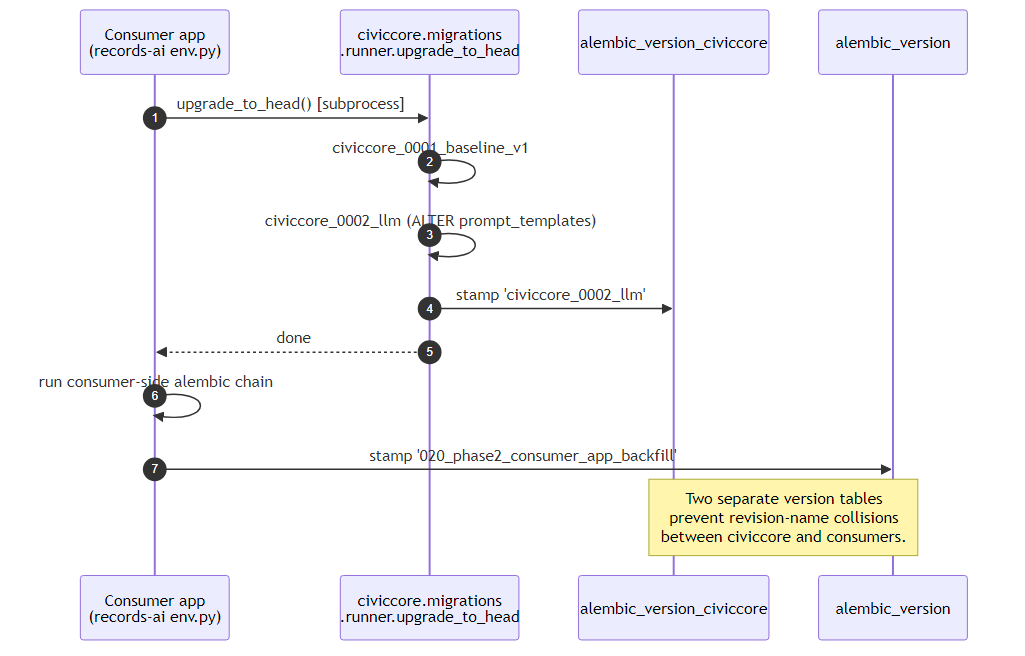
Earlier version of the Mermaid export docs/diagrams/migration-order.png (CivicSuite/civiccore). Its source is kept beside it as docs/diagrams/migration-order.mmd.
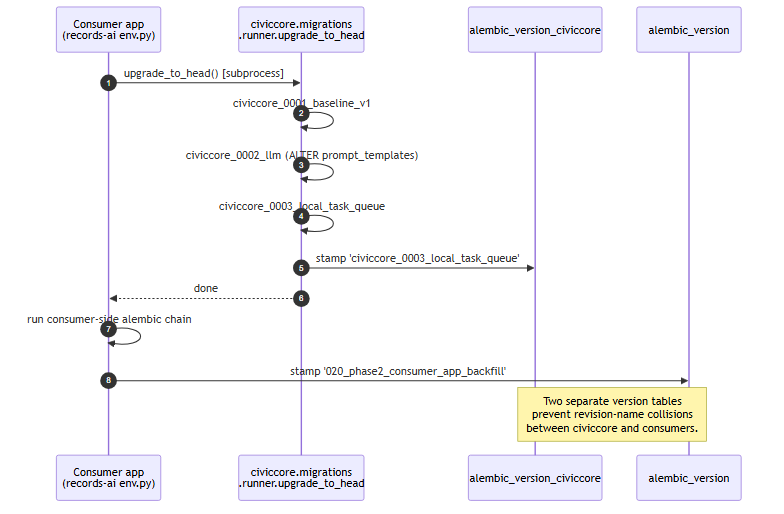
The same file after the commit.

The edit, as a diff of the source:
```diff
@@ -7,7 +7,8 @@
     Consumer->>Civic: upgrade_to_head() [subprocess]
     Civic->>Civic: civiccore_0001_baseline_v1
     Civic->>Civic: civiccore_0002_llm (ALTER prompt_templates)
-    Civic->>CivicVer: stamp 'civiccore_0002_llm'
+    Civic->>Civic: civiccore_0003_local_task_queue
+    Civic->>CivicVer: stamp 'civiccore_0003_local_task_queue'
     Civic-->>Consumer: done
     Consumer->>Consumer: run consumer-side alembic chain
     Consumer->>ConsumerVer: stamp '020_phase2_consumer_app_backfill'
```
